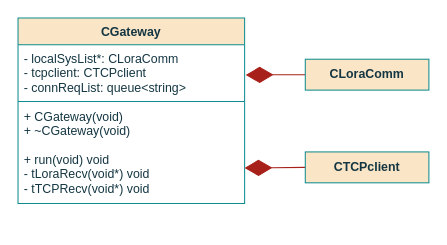
Above: page "class" (1 of 5) of documentation/flowcharts/Gateway/CGateway.drawio in ESRGgroup9/slipad (draw.io), before the change. Source tidied: cells renumbered, new cells numbered last; positions are measured from the earlier drawing's top-left corner, leaving out a move shared by most shapes. Both pictures are drawn from the tidied source at 103%, with x=0, y=0 at pixel (18, 18).
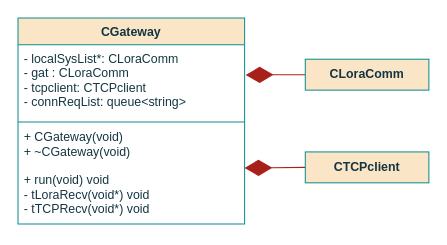
The same page after the edit.

The edit, as a diff of the source:
```diff
@@
 <mxGraphModel>
   <root>
     <mxCell id="0" />
     <mxCell id="1" parent="0" />
     <mxCell id="2" value="CGateway" style="swimlane;fontStyle=1;align=center;verticalAlign=top;horizontal=1;startSize=26;fillColor=#FAE5C7;strokeColor=#0F8B8D;fontColor=#143642;" parent="1" vertex="1">
-      <mxGeometry width="220" height="180" as="geometry" />
+      <mxGeometry width="220" height="200" as="geometry" />
     </mxCell>
-    <mxCell id="3" value="- localSysList*: CLoraComm&#10;- tcpclient: CTCPclient&#10;- connReqList: queue&lt;string&gt;&#10;&#10;&#10;&#10;&#10;&#10;" style="text;strokeColor=none;fillColor=none;align=left;verticalAlign=top;spacingLeft=4;spacingRight=4;overflow=hidden;fontColor=#143642;fontStyle=0;" parent="2" vertex="1">
-      <mxGeometry y="26" width="220" height="54" as="geometry" />
+    <mxCell id="3" value="- localSysList*: CLoraComm&#10;- gat : CLoraComm&#10;- tcpclient: CTCPclient&#10;- connReqList: queue&lt;string&gt;&#10;&#10;&#10;&#10;&#10;&#10;" style="text;strokeColor=none;fillColor=none;align=left;verticalAlign=top;spacingLeft=4;spacingRight=4;overflow=hidden;fontColor=#143642;fontStyle=0;" parent="2" vertex="1">
+      <mxGeometry y="26" width="220" height="74" as="geometry" />
     </mxCell>
     <mxCell id="4" style="line;strokeWidth=1;fillColor=none;align=left;verticalAlign=middle;spacingTop=-1;spacingLeft=3;spacingRight=3;labelPosition=right;labelBackgroundColor=#DAD2D8;strokeColor=#0F8B8D;fontColor=#143642;" parent="2" vertex="1">
-      <mxGeometry y="80" width="220" height="2" as="geometry" />
+      <mxGeometry y="100" width="220" height="2" as="geometry" />
     </mxCell>
     <mxCell id="5" value="+ CGateway(void)&#10;+ ~CGateway(void)&#10;&#10;+ run(void) void&#10;- tLoraRecv(void*) void&#10;- tTCPRecv(void*) void&#10;" style="text;strokeColor=none;fillColor=none;align=left;verticalAlign=top;spacingLeft=4;spacingRight=4;overflow=hidden;fontColor=#143642;" parent="2" vertex="1">
-      <mxGeometry y="82" width="220" height="98" as="geometry" />
+      <mxGeometry y="102" width="220" height="98" as="geometry" />
     </mxCell>
     <mxCell id="6" style="endArrow=diamondThin;endFill=1;endSize=24;html=1;rounded=0;sketch=0;fontColor=#143642;strokeColor=#A8201A;fillColor=#FAE5C7;exitX=0;exitY=0.5;exitDx=0;exitDy=0;entryX=1.01;entryY=0.728;entryDx=0;entryDy=0;entryPerimeter=0;" parent="1" edge="1" source="7">
       <mxGeometry relative="1" as="geometry">
         <mxPoint x="221.1" y="55.3" as="targetPoint" />
       </mxGeometry>
     </mxCell>
     <mxCell id="7" value="CLoraComm" style="rounded=0;whiteSpace=wrap;html=1;sketch=0;fontColor=#143642;strokeColor=#0F8B8D;fillColor=#FAE5C7;fontStyle=1;" parent="1" vertex="1">
       <mxGeometry x="278.9" y="40" width="120" height="30" as="geometry" />
     </mxCell>
     <mxCell id="8" style="endArrow=diamondThin;endFill=1;endSize=24;html=1;rounded=0;sketch=0;fontColor=#143642;strokeColor=#A8201A;fillColor=#FAE5C7;exitX=0;exitY=0.5;exitDx=0;exitDy=0;entryX=1.005;entryY=0.442;entryDx=0;entryDy=0;entryPerimeter=0;" parent="1" edge="1">
       <mxGeometry relative="1" as="geometry">
         <mxPoint x="278.9" y="145" as="sourcePoint" />
         <mxPoint x="220" y="145.6" as="targetPoint" />
       </mxGeometry>
     </mxCell>
     <mxCell id="9" value="CTCPclient" style="rounded=0;whiteSpace=wrap;html=1;sketch=0;fontColor=#143642;strokeColor=#0F8B8D;fillColor=#FAE5C7;fontStyle=1;" parent="1" vertex="1">
       <mxGeometry x="278.9" y="130" width="120" height="30" as="geometry" />
     </mxCell>
   </root>
 </mxGraphModel>
```
